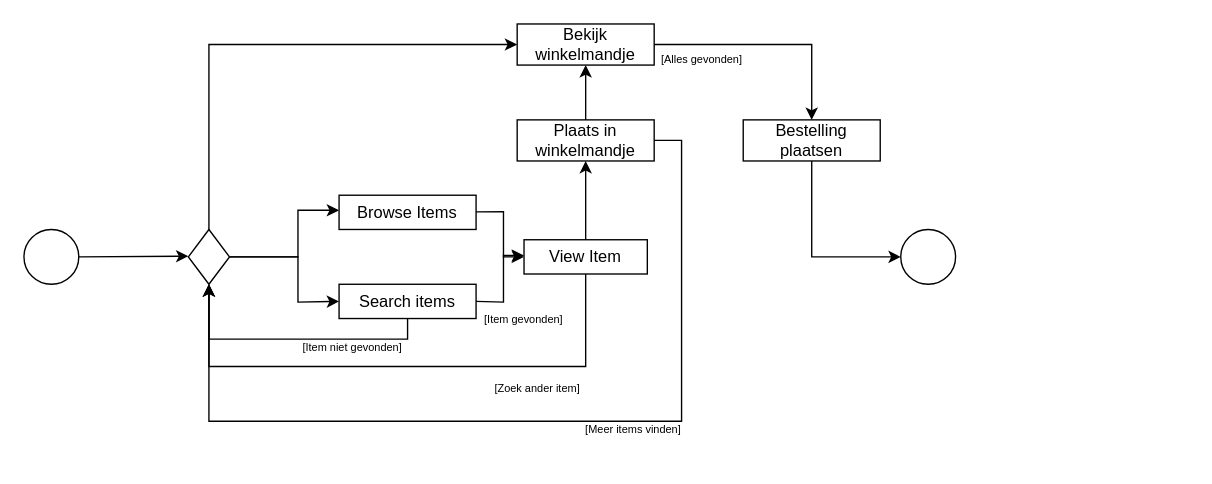
Before: docs/diagrams/Activity diagram - Customer journey.drawio in YoungSilent/nerdy_gadgets, a draw.io diagram. Source tidied: cells renumbered, new cells numbered last; positions are measured from the earlier drawing's top-left corner, leaving out a move shared by most shapes. Both pictures are drawn from the tidied source at 137%, with x=0, y=0 at pixel (23, 23).
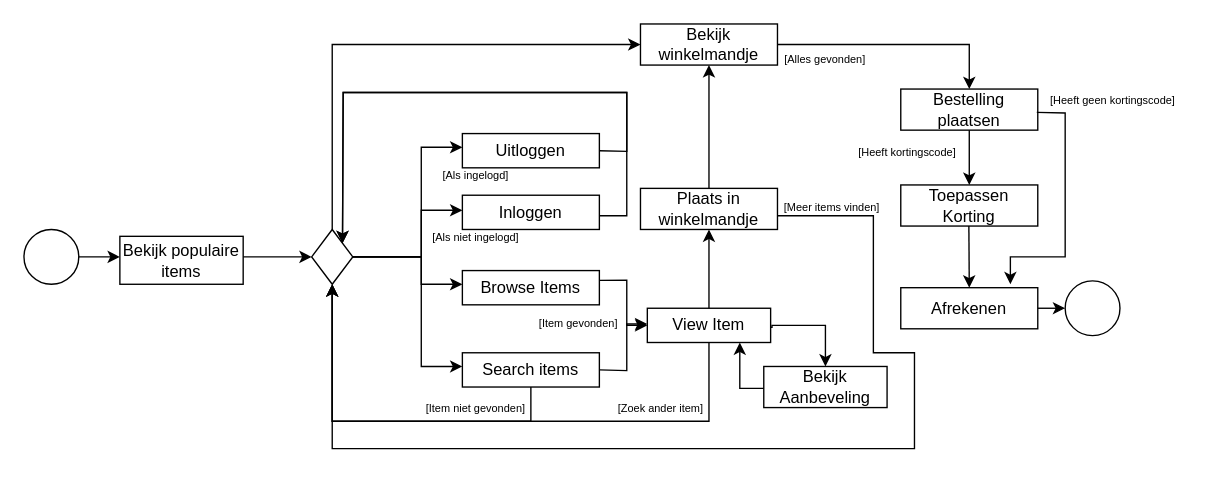
After the change.

Diff of the diagram source:
```diff
@@
     <mxCell id="3" value="&lt;div&gt;Browse Items&lt;/div&gt;" style="rounded=0;whiteSpace=wrap;html=1;fontStyle=0;" parent="1" vertex="1">
-      <mxGeometry x="230" y="125" width="100" height="25" as="geometry" />
+      <mxGeometry x="320" y="180" width="100" height="25" as="geometry" />
     </mxCell>
     <mxCell id="4" style="endArrow=classic;html=1;rounded=0;exitX=1;exitY=0.5;exitDx=0;exitDy=0;" parent="1" edge="1" source="8">
       <mxGeometry relative="1" as="geometry">
-        <mxPoint x="230" y="136" as="targetPoint" />
+        <mxPoint x="320" y="136" as="targetPoint" />
         <Array as="points">
-          <mxPoint x="200" y="170" />
-          <mxPoint x="200" y="136" />
+          <mxPoint x="290" y="170" />
+          <mxPoint x="290" y="136" />
         </Array>
       </mxGeometry>
     </mxCell>
     <mxCell id="5" style="ellipse;whiteSpace=wrap;html=1;" parent="1" vertex="1">
-      <mxGeometry x="640" y="150" width="40" height="40" as="geometry" />
+      <mxGeometry x="760" y="187.5" width="40" height="40" as="geometry" />
     </mxCell>
     <mxCell id="6" value="View Item" style="rounded=0;whiteSpace=wrap;html=1;" parent="1" vertex="1">
-      <mxGeometry x="365" y="157.5" width="90" height="25" as="geometry" />
+      <mxGeometry x="455" y="207.5" width="90" height="25" as="geometry" />
     </mxCell>
     <mxCell id="7" style="endArrow=classic;html=1;rounded=0;entryX=0;entryY=0.5;entryDx=0;entryDy=0;" parent="1" edge="1" target="6">
       <mxGeometry relative="1" as="geometry">
-        <mxPoint x="330" y="137.2" as="sourcePoint" />
+        <mxPoint x="420" y="187.2" as="sourcePoint" />
         <Array as="points">
-          <mxPoint x="350" y="137" />
-          <mxPoint x="350" y="170" />
+          <mxPoint x="440" y="187" />
+          <mxPoint x="440" y="220" />
         </Array>
       </mxGeometry>
     </mxCell>
     <mxCell id="8" style="rhombus;whiteSpace=wrap;html=1;" parent="1" vertex="1">
-      <mxGeometry x="120" y="150" width="30" height="40" as="geometry" />
+      <mxGeometry x="210" y="150" width="30" height="40" as="geometry" />
     </mxCell>
     <mxCell id="9" style="endArrow=classic;html=1;rounded=0;exitX=1;exitY=0.5;exitDx=0;exitDy=0;" parent="1" edge="1">
       <mxGeometry relative="1" as="geometry">
         <mxPoint x="40" y="170" as="sourcePoint" />
-        <mxPoint x="120" y="169.5" as="targetPoint" />
+        <mxPoint x="70" y="170" as="targetPoint" />
       </mxGeometry>
     </mxCell>
-    <mxCell id="10" style="endArrow=classic;html=1;rounded=0;exitX=0;exitY=0.5;exitDx=0;exitDy=0;" parent="1" edge="1" source="18">
-      <mxGeometry relative="1" as="geometry">
-        <mxPoint x="135" y="190" as="targetPoint" />
-        <Array as="points">
-          <mxPoint x="480" y="85" />
-          <mxPoint x="480" y="290" />
-          <mxPoint x="135" y="290" />
-        </Array>
-      </mxGeometry>
-    </mxCell>
     <mxCell id="11" value="&lt;div&gt;Search items&lt;/div&gt;" style="rounded=0;whiteSpace=wrap;html=1;" parent="1" vertex="1">
-      <mxGeometry x="230" y="190" width="100" height="25" as="geometry" />
+      <mxGeometry x="320" y="240" width="100" height="25" as="geometry" />
     </mxCell>
-    <mxCell id="12" style="endArrow=classic;html=1;rounded=0;entryX=0;entryY=0.5;entryDx=0;entryDy=0;" parent="1" edge="1" target="11">
-      <mxGeometry relative="1" as="geometry">
-        <mxPoint x="150" y="170" as="sourcePoint" />
-        <Array as="points">
-          <mxPoint x="200" y="170" />
-          <mxPoint x="200" y="203" />
-        </Array>
-      </mxGeometry>
-    </mxCell>
     <mxCell id="13" style="endArrow=classic;html=1;rounded=0;exitX=1;exitY=0.5;exitDx=0;exitDy=0;" parent="1" edge="1" source="11">
       <mxGeometry relative="1" as="geometry">
-        <mxPoint x="365" y="169" as="targetPoint" />
+        <mxPoint x="455" y="219" as="targetPoint" />
         <Array as="points">
-          <mxPoint x="350" y="203" />
-          <mxPoint x="350" y="169" />
+          <mxPoint x="440" y="253" />
+          <mxPoint x="440" y="219" />
         </Array>
       </mxGeometry>
     </mxCell>
-    <mxCell id="14" style="endArrow=classic;html=1;rounded=0;exitX=0.5;exitY=1;exitDx=0;exitDy=0;entryX=0.5;entryY=1;entryDx=0;entryDy=0;" parent="1" edge="1" source="11" target="8">
-      <mxGeometry relative="1" as="geometry">
-        <Array as="points">
-          <mxPoint x="280" y="230" />
-          <mxPoint x="135" y="230" />
-        </Array>
-      </mxGeometry>
-    </mxCell>
     <mxCell id="15" value="&lt;font style=&quot;font-size: 8px;&quot;&gt;[Item gevonden]&lt;/font&gt;" style="text;html=1;strokeColor=none;fillColor=none;align=center;verticalAlign=middle;whiteSpace=wrap;rounded=0;" parent="1" vertex="1">
-      <mxGeometry x="330" y="200" width="70" height="30" as="geometry" />
+      <mxGeometry x="370" y="202.5" width="70" height="30" as="geometry" />
     </mxCell>
     <mxCell id="16" value="&lt;font style=&quot;font-size: 8px;&quot;&gt;[Item niet gevonden]&lt;/font&gt;" style="text;html=1;strokeColor=none;fillColor=none;align=center;verticalAlign=middle;whiteSpace=wrap;rounded=0;" parent="1" vertex="1">
-      <mxGeometry x="200" y="220" width="80" height="30" as="geometry" />
+      <mxGeometry x="290" y="265" width="80" height="30" as="geometry" />
     </mxCell>
@@
     <mxCell id="18" value="Plaats in winkelmandje" style="rounded=0;whiteSpace=wrap;html=1;fontStyle=0;" parent="1" vertex="1">
-      <mxGeometry x="360" y="70" width="100" height="30" as="geometry" />
+      <mxGeometry x="450" y="120" width="100" height="30" as="geometry" />
     </mxCell>
     <mxCell id="19" value="Bestelling plaatsen" style="rounded=0;whiteSpace=wrap;html=1;" parent="1" vertex="1">
-      <mxGeometry x="525" y="70" width="100" height="30" as="geometry" />
+      <mxGeometry x="640" y="47.5" width="100" height="30" as="geometry" />
     </mxCell>
-    <mxCell id="20" style="endArrow=classic;html=1;rounded=0;entryX=0;entryY=0.5;entryDx=0;entryDy=0;exitX=0.5;exitY=1;exitDx=0;exitDy=0;" parent="1" edge="1" source="19" target="5">
-      <mxGeometry relative="1" as="geometry">
-        <Array as="points">
-          <mxPoint x="575" y="170" />
-        </Array>
-      </mxGeometry>
-    </mxCell>
     <mxCell id="21" value="&lt;font style=&quot;font-size: 8px;&quot;&gt;[Meer items vinden]&lt;/font&gt;" style="text;html=1;strokeColor=none;fillColor=none;align=center;verticalAlign=middle;whiteSpace=wrap;rounded=0;" parent="1" vertex="1">
-      <mxGeometry x="400" y="280" width="90" height="30" as="geometry" />
+      <mxGeometry x="545" y="117.5" width="90" height="30" as="geometry" />
     </mxCell>
     <mxCell id="22" value="&lt;font style=&quot;font-size: 8px;&quot;&gt;[Alles gevonden]&lt;/font&gt;" style="text;html=1;strokeColor=none;fillColor=none;align=center;verticalAlign=middle;whiteSpace=wrap;rounded=0;" parent="1" vertex="1">
-      <mxGeometry x="460" y="10" width="70" height="30" as="geometry" />
+      <mxGeometry x="550" y="10" width="70" height="30" as="geometry" />
     </mxCell>
@@
     <mxCell id="25" value="&lt;div&gt;Bekijk winkelmandje&lt;/div&gt;" style="rounded=0;whiteSpace=wrap;html=1;" parent="1" vertex="1">
-      <mxGeometry x="360" width="100" height="30" as="geometry" />
+      <mxGeometry x="450" width="100" height="30" as="geometry" />
     </mxCell>
     <mxCell id="26" style="endArrow=classic;html=1;rounded=0;entryX=0.5;entryY=0;entryDx=0;entryDy=0;exitX=1;exitY=0.5;exitDx=0;exitDy=0;" parent="1" edge="1" source="25" target="19">
       <mxGeometry relative="1" as="geometry">
         <Array as="points">
-          <mxPoint x="575" y="15" />
+          <mxPoint x="690" y="15" />
         </Array>
       </mxGeometry>
     </mxCell>
     <mxCell id="27" style="endArrow=classic;html=1;rounded=0;exitX=0.5;exitY=0;exitDx=0;exitDy=0;entryX=0;entryY=0.5;entryDx=0;entryDy=0;" parent="1" edge="1" source="8" target="25">
       <mxGeometry relative="1" as="geometry">
         <Array as="points">
-          <mxPoint x="135" y="15" />
+          <mxPoint x="225" y="15" />
         </Array>
       </mxGeometry>
     </mxCell>
-    <mxCell id="28" style="endArrow=classic;html=1;rounded=0;exitX=0.5;exitY=1;exitDx=0;exitDy=0;entryX=0.5;entryY=1;entryDx=0;entryDy=0;" parent="1" edge="1" source="6">
-      <mxGeometry relative="1" as="geometry">
-        <mxPoint x="135" y="190" as="targetPoint" />
-        <Array as="points">
-          <mxPoint x="410" y="250" />
-          <mxPoint x="135" y="250" />
-        </Array>
-      </mxGeometry>
-    </mxCell>
     <mxCell id="29" value="&lt;span style=&quot;font-size: 8px;&quot;&gt;[Zoek ander item]&lt;/span&gt;" style="text;html=1;strokeColor=none;fillColor=none;align=center;verticalAlign=middle;whiteSpace=wrap;rounded=0;" parent="1" vertex="1">
-      <mxGeometry x="340" y="250" width="70" height="30" as="geometry" />
+      <mxGeometry x="430" y="265" width="70" height="30" as="geometry" />
     </mxCell>
+    <mxCell id="30" style="endArrow=classic;html=1;rounded=0;" parent="1" edge="1">
+      <mxGeometry relative="1" as="geometry">
+        <mxPoint x="240" y="170" as="sourcePoint" />
+        <mxPoint x="320" y="190" as="targetPoint" />
+        <Array as="points">
+          <mxPoint x="290" y="170" />
+          <mxPoint x="290" y="190" />
+        </Array>
+      </mxGeometry>
+    </mxCell>
+    <mxCell id="31" style="endArrow=classic;html=1;rounded=0;" parent="1" edge="1">
+      <mxGeometry relative="1" as="geometry">
+        <mxPoint x="240" y="170" as="sourcePoint" />
+        <mxPoint x="320" y="250" as="targetPoint" />
+        <Array as="points">
+          <mxPoint x="290" y="170" />
+          <mxPoint x="290" y="250" />
+        </Array>
+      </mxGeometry>
+    </mxCell>
+    <mxCell id="32" value="&lt;div&gt;Inloggen&lt;/div&gt;" style="rounded=0;whiteSpace=wrap;html=1;fontStyle=0;" parent="1" vertex="1">
+      <mxGeometry x="320" y="125" width="100" height="25" as="geometry" />
+    </mxCell>
+    <mxCell id="33" value="&lt;font style=&quot;font-size: 8px;&quot;&gt;[Als niet ingelogd]&lt;/font&gt;" style="text;html=1;strokeColor=none;fillColor=none;align=center;verticalAlign=middle;whiteSpace=wrap;rounded=0;" parent="1" vertex="1">
+      <mxGeometry x="290" y="140" width="80" height="30" as="geometry" />
+    </mxCell>
+    <mxCell id="34" value="&lt;div&gt;Uitloggen&lt;/div&gt;" style="rounded=0;whiteSpace=wrap;html=1;fontStyle=0;" parent="1" vertex="1">
+      <mxGeometry x="320" y="80" width="100" height="25" as="geometry" />
+    </mxCell>
+    <mxCell id="35" style="endArrow=classic;html=1;rounded=0;exitX=1;exitY=0.5;exitDx=0;exitDy=0;" parent="1" edge="1">
+      <mxGeometry relative="1" as="geometry">
+        <mxPoint x="240" y="170" as="sourcePoint" />
+        <mxPoint x="320" y="90" as="targetPoint" />
+        <Array as="points">
+          <mxPoint x="290" y="170" />
+          <mxPoint x="290" y="90" />
+        </Array>
+      </mxGeometry>
+    </mxCell>
+    <mxCell id="36" style="endArrow=classic;html=1;rounded=0;entryX=1;entryY=0;entryDx=0;entryDy=0;" parent="1" edge="1" target="8">
+      <mxGeometry relative="1" as="geometry">
+        <mxPoint x="420" y="140" as="sourcePoint" />
+        <Array as="points">
+          <mxPoint x="440" y="140" />
+          <mxPoint x="440" y="50" />
+          <mxPoint x="233" y="50" />
+        </Array>
+      </mxGeometry>
+    </mxCell>
+    <mxCell id="37" style="endArrow=classic;html=1;rounded=0;entryX=1;entryY=0;entryDx=0;entryDy=0;exitX=1;exitY=0.5;exitDx=0;exitDy=0;" parent="1" edge="1" source="34" target="8">
+      <mxGeometry relative="1" as="geometry">
+        <Array as="points">
+          <mxPoint x="440" y="93" />
+          <mxPoint x="440" y="50" />
+          <mxPoint x="233" y="50" />
+        </Array>
+      </mxGeometry>
+    </mxCell>
+    <mxCell id="38" value="Bekijk populaire&lt;br&gt;items" style="rounded=0;whiteSpace=wrap;html=1;" parent="1" vertex="1">
+      <mxGeometry x="70" y="155" width="90" height="35" as="geometry" />
+    </mxCell>
+    <mxCell id="39" style="endArrow=classic;html=1;rounded=0;exitX=1;exitY=0.5;exitDx=0;exitDy=0;entryX=0;entryY=0.5;entryDx=0;entryDy=0;" parent="1" edge="1" target="8">
+      <mxGeometry relative="1" as="geometry">
+        <mxPoint x="160" y="170" as="sourcePoint" />
+      </mxGeometry>
+    </mxCell>
+    <mxCell id="40" value="Toepassen Korting" style="rounded=0;whiteSpace=wrap;html=1;" parent="1" vertex="1">
+      <mxGeometry x="640" y="117.5" width="100" height="30" as="geometry" />
+    </mxCell>
+    <mxCell id="41" value="Afrekenen" style="rounded=0;whiteSpace=wrap;html=1;" parent="1" vertex="1">
+      <mxGeometry x="640" y="192.5" width="100" height="30" as="geometry" />
+    </mxCell>
+    <mxCell id="42" style="endArrow=classic;html=1;rounded=0;entryX=0.5;entryY=0;entryDx=0;entryDy=0;" parent="1" edge="1" target="40">
+      <mxGeometry relative="1" as="geometry">
+        <mxPoint x="690" y="77.5" as="sourcePoint" />
+      </mxGeometry>
+    </mxCell>
+    <mxCell id="43" style="endArrow=classic;html=1;rounded=0;entryX=0.5;entryY=0;entryDx=0;entryDy=0;" parent="1" edge="1" target="41">
+      <mxGeometry relative="1" as="geometry">
+        <mxPoint x="689.7" y="147.5" as="sourcePoint" />
+      </mxGeometry>
+    </mxCell>
+    <mxCell id="44" style="endArrow=classic;html=1;rounded=0;entryX=0;entryY=0.5;entryDx=0;entryDy=0;exitX=1;exitY=0.5;exitDx=0;exitDy=0;" parent="1" edge="1" source="41" target="5">
+      <mxGeometry relative="1" as="geometry" />
+    </mxCell>
+    <mxCell id="45" style="endArrow=classic;html=1;rounded=0;entryX=0.5;entryY=1;entryDx=0;entryDy=0;" parent="1" edge="1" target="8">
+      <mxGeometry relative="1" as="geometry">
+        <mxPoint x="370" y="265" as="sourcePoint" />
+        <Array as="points">
+          <mxPoint x="370" y="290" />
+          <mxPoint x="225" y="290" />
+        </Array>
+      </mxGeometry>
+    </mxCell>
+    <mxCell id="46" style="endArrow=classic;html=1;rounded=0;entryX=0.5;entryY=1;entryDx=0;entryDy=0;exitX=0.5;exitY=1;exitDx=0;exitDy=0;" parent="1" edge="1" source="6" target="8">
+      <mxGeometry relative="1" as="geometry">
+        <Array as="points">
+          <mxPoint x="500" y="290" />
+          <mxPoint x="225" y="290" />
+        </Array>
+      </mxGeometry>
+    </mxCell>
+    <mxCell id="47" value="Bekijk Aanbeveling" style="rounded=0;whiteSpace=wrap;html=1;" parent="1" vertex="1">
+      <mxGeometry x="540" y="250" width="90" height="30" as="geometry" />
+    </mxCell>
+    <mxCell id="48" style="edgeStyle=orthogonalEdgeStyle;rounded=0;jettySize=auto;html=1;exitX=0.5;exitY=0;exitDx=0;exitDy=0;entryX=0.5;entryY=0;entryDx=0;entryDy=0;" parent="1" edge="1" target="47">
+      <mxGeometry relative="1" as="geometry">
+        <mxPoint x="545" y="221.5" as="sourcePoint" />
+        <Array as="points">
+          <mxPoint x="546" y="222" />
+          <mxPoint x="546" y="220" />
+          <mxPoint x="585" y="220" />
+        </Array>
+      </mxGeometry>
+    </mxCell>
+    <mxCell id="49" style="edgeStyle=orthogonalEdgeStyle;rounded=0;jettySize=auto;html=1;entryX=0.75;entryY=1;entryDx=0;entryDy=0;" parent="1" edge="1" target="6">
+      <mxGeometry relative="1" as="geometry">
+        <mxPoint x="540" y="266" as="sourcePoint" />
+      </mxGeometry>
+    </mxCell>
+    <mxCell id="50" value="&lt;font style=&quot;font-size: 8px;&quot;&gt;[Als ingelogd]&lt;/font&gt;" style="text;html=1;strokeColor=none;fillColor=none;align=center;verticalAlign=middle;whiteSpace=wrap;rounded=0;" parent="1" vertex="1">
+      <mxGeometry x="290" y="95" width="80" height="30" as="geometry" />
+    </mxCell>
+    <mxCell id="51" style="endArrow=classic;html=1;rounded=0;entryX=0.5;entryY=1;entryDx=0;entryDy=0;" parent="1" edge="1" target="8">
+      <mxGeometry relative="1" as="geometry">
+        <mxPoint x="550" y="140" as="sourcePoint" />
+        <Array as="points">
+          <mxPoint x="620" y="140" />
+          <mxPoint x="620" y="240" />
+          <mxPoint x="650" y="240" />
+          <mxPoint x="650" y="310" />
+          <mxPoint x="225" y="310" />
+        </Array>
+      </mxGeometry>
+    </mxCell>
+    <mxCell id="52" style="endArrow=classic;html=1;rounded=0;" parent="1" edge="1">
+      <mxGeometry relative="1" as="geometry">
+        <mxPoint x="739.3" y="64.5" as="sourcePoint" />
+        <mxPoint x="720" y="190" as="targetPoint" />
+        <Array as="points">
+          <mxPoint x="760" y="65" />
+          <mxPoint x="760" y="170" />
+          <mxPoint x="720" y="170" />
+        </Array>
+      </mxGeometry>
+    </mxCell>
+    <mxCell id="53" value="&lt;font style=&quot;font-size: 8px;&quot;&gt;[Heeft kortingscode]&lt;/font&gt;" style="text;html=1;strokeColor=none;fillColor=none;align=center;verticalAlign=middle;whiteSpace=wrap;rounded=0;" parent="1" vertex="1">
+      <mxGeometry x="600" y="77.5" width="90" height="30" as="geometry" />
+    </mxCell>
+    <mxCell id="54" value="&lt;font style=&quot;font-size: 8px;&quot;&gt;[Heeft geen kortingscode]&lt;/font&gt;" style="text;html=1;strokeColor=none;fillColor=none;align=center;verticalAlign=middle;whiteSpace=wrap;rounded=0;" parent="1" vertex="1">
+      <mxGeometry x="740" y="40" width="110" height="30" as="geometry" />
+    </mxCell>
```
